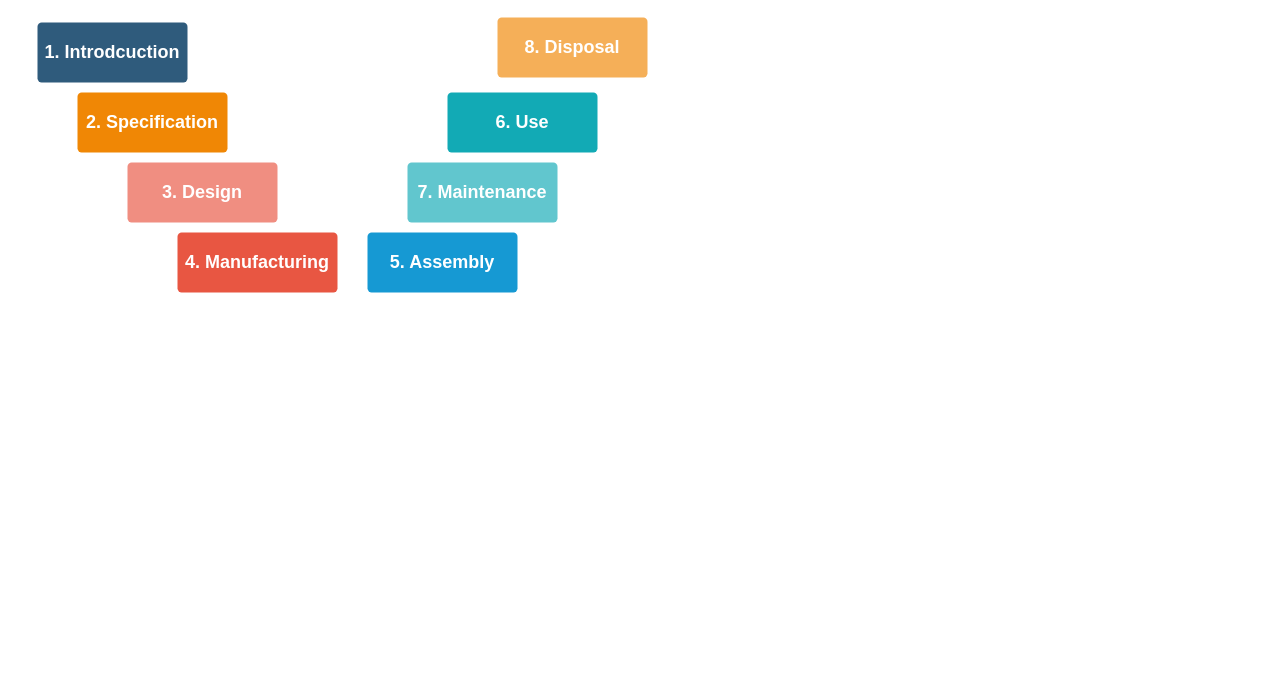
Earlier version of the draw.io diagram V diagram.drawio (amerezoji1362/drawio-github). Source tidied: cells renumbered, new cells numbered last; positions are measured from the earlier drawing's top-left corner, leaving out a move shared by most shapes. Both pictures are drawn from the tidied source at 100%, with x=0, y=0 at pixel (37, 17).
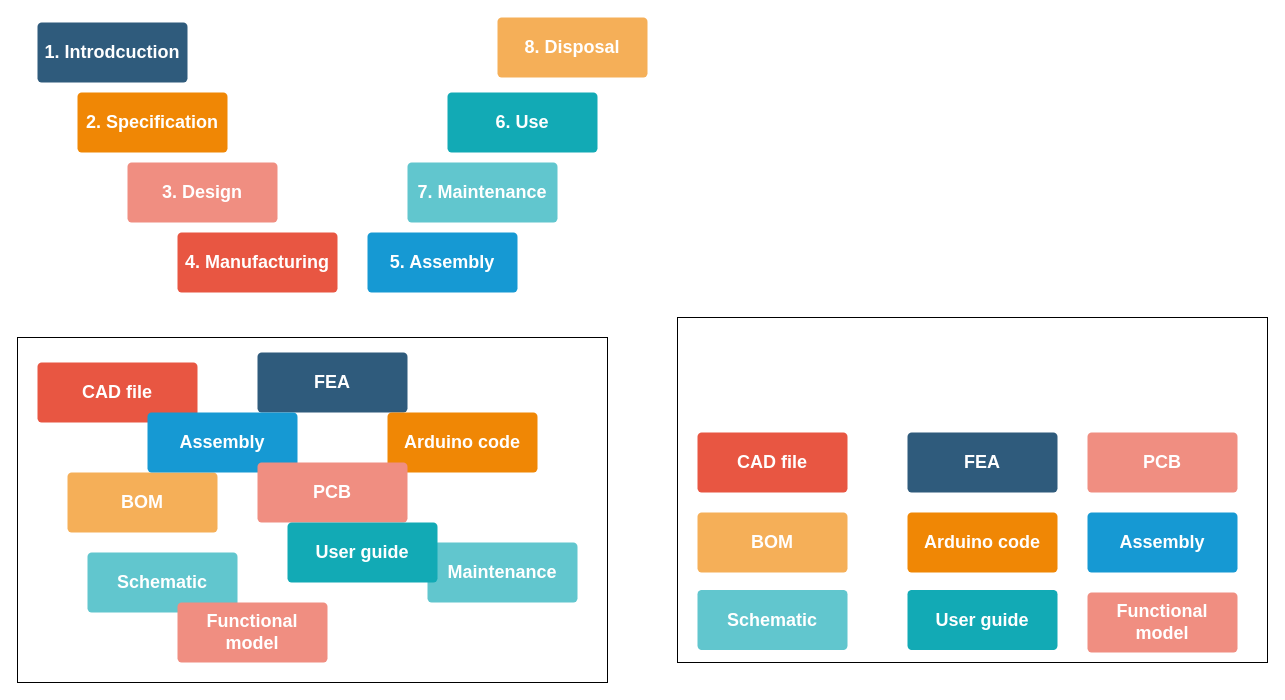
The same page after the edit.

Diff of the diagram source:
```diff
@@
+    <mxCell id="10" style="rounded=0;whiteSpace=wrap;html=1;" parent="1" vertex="1">
+      <mxGeometry x="-20" y="320" width="590" height="345" as="geometry" />
+    </mxCell>
@@
+    <mxCell id="11" value="&lt;font style=&quot;font-size: 18px&quot;&gt;CAD file&lt;/font&gt;" style="rounded=1;whiteSpace=wrap;html=1;shadow=0;labelBackgroundColor=none;strokeColor=none;strokeWidth=3;fillColor=#e85642;fontFamily=Helvetica;fontSize=14;fontColor=#FFFFFF;align=center;spacing=5;fontStyle=1;arcSize=7;perimeterSpacing=2;" parent="1" vertex="1">
+      <mxGeometry y="345" width="160" height="60" as="geometry" />
+    </mxCell>
+    <mxCell id="12" value="&lt;font style=&quot;font-size: 18px&quot;&gt;FEA&lt;/font&gt;" style="rounded=1;whiteSpace=wrap;html=1;shadow=0;labelBackgroundColor=none;strokeColor=none;strokeWidth=3;fillColor=#2F5B7C;fontFamily=Helvetica;fontSize=16;fontColor=#FFFFFF;align=center;fontStyle=1;spacing=5;arcSize=7;perimeterSpacing=2;" parent="1" vertex="1">
+      <mxGeometry x="220" y="335" width="150" height="60" as="geometry" />
+    </mxCell>
+    <mxCell id="13" value="&lt;font style=&quot;font-size: 18px&quot;&gt;Arduino code&lt;/font&gt;" style="rounded=1;whiteSpace=wrap;html=1;shadow=0;labelBackgroundColor=none;strokeColor=none;strokeWidth=3;fillColor=#F08705;fontFamily=Helvetica;fontSize=14;fontColor=#FFFFFF;align=center;spacing=5;fontStyle=1;arcSize=7;perimeterSpacing=2;" parent="1" vertex="1">
+      <mxGeometry x="350" y="395" width="150" height="60" as="geometry" />
+    </mxCell>
+    <mxCell id="14" value="&lt;b&gt;&lt;font style=&quot;font-size: 18px&quot;&gt;BOM&lt;/font&gt;&lt;/b&gt;" style="rounded=1;whiteSpace=wrap;html=1;shadow=0;labelBackgroundColor=none;strokeColor=none;strokeWidth=3;fillColor=#f5af58;fontFamily=Helvetica;fontSize=14;fontColor=#FFFFFF;align=center;spacing=5;arcSize=7;perimeterSpacing=2;" parent="1" vertex="1">
+      <mxGeometry x="30" y="455" width="150" height="60" as="geometry" />
+    </mxCell>
+    <mxCell id="15" value="&lt;b&gt;&lt;font style=&quot;font-size: 18px&quot;&gt;Schematic&lt;/font&gt;&lt;/b&gt;" style="rounded=1;whiteSpace=wrap;html=1;shadow=0;labelBackgroundColor=none;strokeColor=none;strokeWidth=3;fillColor=#61c6ce;fontFamily=Helvetica;fontSize=14;fontColor=#FFFFFF;align=center;spacing=5;fontStyle=0;arcSize=7;perimeterSpacing=2;" parent="1" vertex="1">
+      <mxGeometry x="50" y="535" width="150" height="60" as="geometry" />
+    </mxCell>
+    <mxCell id="16" value="&lt;font style=&quot;font-size: 18px&quot;&gt;Assembly&lt;/font&gt;" style="rounded=1;whiteSpace=wrap;html=1;shadow=0;labelBackgroundColor=none;strokeColor=none;strokeWidth=3;fillColor=#1699d3;fontFamily=Helvetica;fontSize=14;fontColor=#FFFFFF;align=center;spacing=5;fontStyle=1;arcSize=7;perimeterSpacing=2;" parent="1" vertex="1">
+      <mxGeometry x="110" y="395" width="150" height="60" as="geometry" />
+    </mxCell>
+    <mxCell id="17" value="&lt;font style=&quot;font-size: 18px&quot;&gt;&lt;b&gt;Maintenance&lt;/b&gt;&lt;/font&gt;" style="rounded=1;whiteSpace=wrap;html=1;shadow=0;labelBackgroundColor=none;strokeColor=none;strokeWidth=3;fillColor=#61c6ce;fontFamily=Helvetica;fontSize=14;fontColor=#FFFFFF;align=center;spacing=5;fontStyle=0;arcSize=7;perimeterSpacing=2;" parent="1" vertex="1">
+      <mxGeometry x="390" y="525" width="150" height="60" as="geometry" />
+    </mxCell>
+    <mxCell id="18" value="&lt;b&gt;&lt;font style=&quot;font-size: 18px&quot;&gt;PCB&lt;/font&gt;&lt;/b&gt;" style="rounded=1;whiteSpace=wrap;html=1;shadow=0;labelBackgroundColor=none;strokeColor=none;strokeWidth=3;fillColor=#f08e81;fontFamily=Helvetica;fontSize=14;fontColor=#FFFFFF;align=center;spacing=5;fontStyle=0;arcSize=7;perimeterSpacing=2;" parent="1" vertex="1">
+      <mxGeometry x="220" y="445" width="150" height="60" as="geometry" />
+    </mxCell>
+    <mxCell id="19" value="&lt;font style=&quot;font-size: 18px&quot;&gt;User guide&lt;br&gt;&lt;/font&gt;" style="rounded=1;whiteSpace=wrap;html=1;shadow=0;labelBackgroundColor=none;strokeColor=none;strokeWidth=3;fillColor=#12aab5;fontFamily=Helvetica;fontSize=14;fontColor=#FFFFFF;align=center;spacing=5;fontStyle=1;arcSize=7;perimeterSpacing=2;" parent="1" vertex="1">
+      <mxGeometry x="250" y="505" width="150" height="60" as="geometry" />
+    </mxCell>
+    <mxCell id="20" value="&lt;b&gt;&lt;font style=&quot;font-size: 18px&quot;&gt;Functional model&lt;/font&gt;&lt;/b&gt;" style="rounded=1;whiteSpace=wrap;html=1;shadow=0;labelBackgroundColor=none;strokeColor=none;strokeWidth=3;fillColor=#f08e81;fontFamily=Helvetica;fontSize=14;fontColor=#FFFFFF;align=center;spacing=5;fontStyle=0;arcSize=7;perimeterSpacing=2;" parent="1" vertex="1">
+      <mxGeometry x="140" y="585" width="150" height="60" as="geometry" />
+    </mxCell>
+    <mxCell id="21" style="rounded=0;whiteSpace=wrap;html=1;" parent="1" vertex="1">
+      <mxGeometry x="640" y="300" width="590" height="345" as="geometry" />
+    </mxCell>
+    <mxCell id="22" value="&lt;font style=&quot;font-size: 18px&quot;&gt;CAD file&lt;/font&gt;" style="rounded=1;whiteSpace=wrap;html=1;shadow=0;labelBackgroundColor=none;strokeColor=none;strokeWidth=3;fillColor=#e85642;fontFamily=Helvetica;fontSize=14;fontColor=#FFFFFF;align=center;spacing=5;fontStyle=1;arcSize=7;perimeterSpacing=2;" parent="1" vertex="1">
+      <mxGeometry x="660" y="415" width="150" height="60" as="geometry" />
+    </mxCell>
+    <mxCell id="23" value="&lt;font style=&quot;font-size: 18px&quot;&gt;FEA&lt;/font&gt;" style="rounded=1;whiteSpace=wrap;html=1;shadow=0;labelBackgroundColor=none;strokeColor=none;strokeWidth=3;fillColor=#2F5B7C;fontFamily=Helvetica;fontSize=16;fontColor=#FFFFFF;align=center;fontStyle=1;spacing=5;arcSize=7;perimeterSpacing=2;" parent="1" vertex="1">
+      <mxGeometry x="870" y="415" width="150" height="60" as="geometry" />
+    </mxCell>
+    <mxCell id="24" value="&lt;font style=&quot;font-size: 18px&quot;&gt;Arduino code&lt;/font&gt;" style="rounded=1;whiteSpace=wrap;html=1;shadow=0;labelBackgroundColor=none;strokeColor=none;strokeWidth=3;fillColor=#F08705;fontFamily=Helvetica;fontSize=14;fontColor=#FFFFFF;align=center;spacing=5;fontStyle=1;arcSize=7;perimeterSpacing=2;" parent="1" vertex="1">
+      <mxGeometry x="870" y="495" width="150" height="60" as="geometry" />
+    </mxCell>
+    <mxCell id="25" value="&lt;b&gt;&lt;font style=&quot;font-size: 18px&quot;&gt;BOM&lt;/font&gt;&lt;/b&gt;" style="rounded=1;whiteSpace=wrap;html=1;shadow=0;labelBackgroundColor=none;strokeColor=none;strokeWidth=3;fillColor=#f5af58;fontFamily=Helvetica;fontSize=14;fontColor=#FFFFFF;align=center;spacing=5;arcSize=7;perimeterSpacing=2;" parent="1" vertex="1">
+      <mxGeometry x="660" y="495" width="150" height="60" as="geometry" />
+    </mxCell>
+    <mxCell id="26" value="&lt;b&gt;&lt;font style=&quot;font-size: 18px&quot;&gt;Schematic&lt;/font&gt;&lt;/b&gt;" style="rounded=1;whiteSpace=wrap;html=1;shadow=0;labelBackgroundColor=none;strokeColor=none;strokeWidth=3;fillColor=#61c6ce;fontFamily=Helvetica;fontSize=14;fontColor=#FFFFFF;align=center;spacing=5;fontStyle=0;arcSize=7;perimeterSpacing=2;" parent="1" vertex="1">
+      <mxGeometry x="660" y="572.5" width="150" height="60" as="geometry" />
+    </mxCell>
+    <mxCell id="27" value="&lt;font style=&quot;font-size: 18px&quot;&gt;Assembly&lt;/font&gt;" style="rounded=1;whiteSpace=wrap;html=1;shadow=0;labelBackgroundColor=none;strokeColor=none;strokeWidth=3;fillColor=#1699d3;fontFamily=Helvetica;fontSize=14;fontColor=#FFFFFF;align=center;spacing=5;fontStyle=1;arcSize=7;perimeterSpacing=2;" parent="1" vertex="1">
+      <mxGeometry x="1050" y="495" width="150" height="60" as="geometry" />
+    </mxCell>
+    <mxCell id="28" value="&lt;b&gt;&lt;font style=&quot;font-size: 18px&quot;&gt;PCB&lt;/font&gt;&lt;/b&gt;" style="rounded=1;whiteSpace=wrap;html=1;shadow=0;labelBackgroundColor=none;strokeColor=none;strokeWidth=3;fillColor=#f08e81;fontFamily=Helvetica;fontSize=14;fontColor=#FFFFFF;align=center;spacing=5;fontStyle=0;arcSize=7;perimeterSpacing=2;" parent="1" vertex="1">
+      <mxGeometry x="1050" y="415" width="150" height="60" as="geometry" />
+    </mxCell>
+    <mxCell id="29" value="&lt;font style=&quot;font-size: 18px&quot;&gt;User guide&lt;br&gt;&lt;/font&gt;" style="rounded=1;whiteSpace=wrap;html=1;shadow=0;labelBackgroundColor=none;strokeColor=none;strokeWidth=3;fillColor=#12aab5;fontFamily=Helvetica;fontSize=14;fontColor=#FFFFFF;align=center;spacing=5;fontStyle=1;arcSize=7;perimeterSpacing=2;" parent="1" vertex="1">
+      <mxGeometry x="870" y="572.5" width="150" height="60" as="geometry" />
+    </mxCell>
+    <mxCell id="30" value="&lt;b&gt;&lt;font style=&quot;font-size: 18px&quot;&gt;Functional model&lt;/font&gt;&lt;/b&gt;" style="rounded=1;whiteSpace=wrap;html=1;shadow=0;labelBackgroundColor=none;strokeColor=none;strokeWidth=3;fillColor=#f08e81;fontFamily=Helvetica;fontSize=14;fontColor=#FFFFFF;align=center;spacing=5;fontStyle=0;arcSize=7;perimeterSpacing=2;" parent="1" vertex="1">
+      <mxGeometry x="1050" y="575" width="150" height="60" as="geometry" />
+    </mxCell>
```
